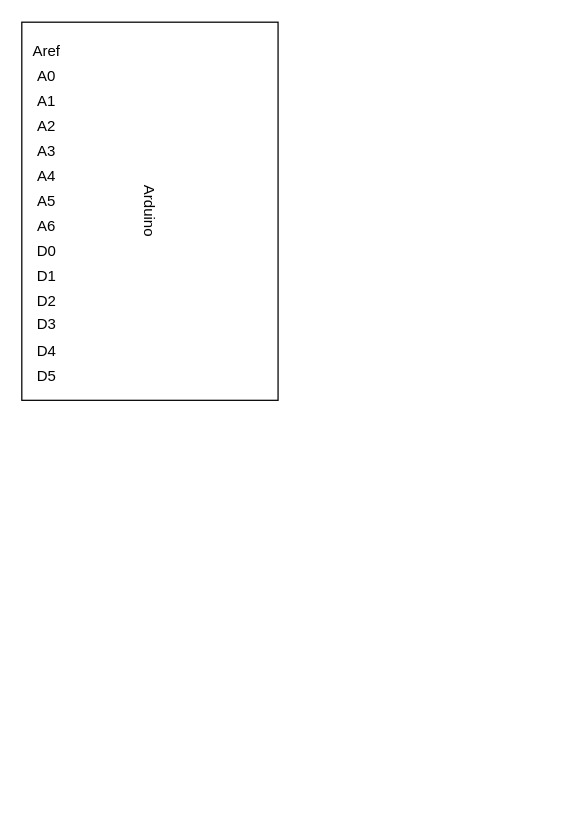
The draw.io diagram Diagrama sem nome.drawio in Gonram0s/pomodoro, before the edit. Source tidied: cells renumbered, new cells numbered last; positions are measured from the earlier drawing's top-left corner, leaving out a move shared by most shapes. Both pictures are drawn from the tidied source at 125%, with x=0, y=0 at pixel (-40, 45).
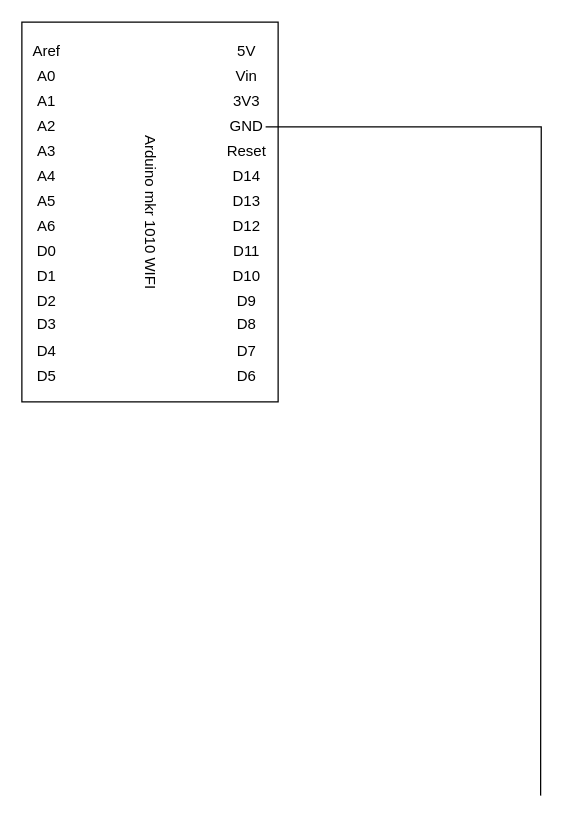
Above is the later version.

Change to the diagram source:
```diff
@@
-    <mxCell id="2" value="Arduino" style="rounded=0;whiteSpace=wrap;html=1;rotation=90;" parent="1" vertex="1">
-      <mxGeometry x="0.2" y="30" width="302.5" height="205" as="geometry" />
+    <mxCell id="2" value="Arduino mkr 1010 WIFI" style="rounded=0;whiteSpace=wrap;html=1;rotation=90;" parent="1" vertex="1">
+      <mxGeometry x="-0.4" y="30.6" width="303.8" height="205" as="geometry" />
     </mxCell>
@@
+    <mxCell id="17" value="5V" style="text;html=1;align=center;verticalAlign=middle;whiteSpace=wrap;rounded=0;" parent="1" vertex="1">
+      <mxGeometry x="214" width="30" height="10" as="geometry" />
+    </mxCell>
+    <mxCell id="18" value="Vin" style="text;html=1;align=center;verticalAlign=middle;whiteSpace=wrap;rounded=0;" parent="1" vertex="1">
+      <mxGeometry x="214" y="20" width="30" height="10" as="geometry" />
+    </mxCell>
+    <mxCell id="19" value="3V3" style="text;html=1;align=center;verticalAlign=middle;whiteSpace=wrap;rounded=0;" parent="1" vertex="1">
+      <mxGeometry x="214" y="40" width="30" height="10" as="geometry" />
+    </mxCell>
+    <mxCell id="20" style="edgeStyle=orthogonalEdgeStyle;rounded=0;jettySize=auto;html=1;exitX=1;exitY=0.5;exitDx=0;exitDy=0;strokeColor=default;align=center;verticalAlign=middle;fontFamily=Helvetica;fontSize=11;fontColor=default;labelBackgroundColor=default;endArrow=none;endFill=0;" parent="1" edge="1" source="21">
+      <mxGeometry relative="1" as="geometry">
+        <mxPoint x="464" y="600" as="targetPoint" />
+      </mxGeometry>
+    </mxCell>
+    <mxCell id="21" value="GND" style="text;html=1;align=center;verticalAlign=middle;whiteSpace=wrap;rounded=0;" parent="1" vertex="1">
+      <mxGeometry x="214" y="60" width="30" height="10" as="geometry" />
+    </mxCell>
+    <mxCell id="22" value="Reset" style="text;html=1;align=center;verticalAlign=middle;whiteSpace=wrap;rounded=0;" parent="1" vertex="1">
+      <mxGeometry x="214" y="80" width="30" height="10" as="geometry" />
+    </mxCell>
+    <mxCell id="23" value="D14" style="text;html=1;align=center;verticalAlign=middle;whiteSpace=wrap;rounded=0;" parent="1" vertex="1">
+      <mxGeometry x="214" y="100" width="30" height="10" as="geometry" />
+    </mxCell>
+    <mxCell id="24" value="D13" style="text;html=1;align=center;verticalAlign=middle;whiteSpace=wrap;rounded=0;" parent="1" vertex="1">
+      <mxGeometry x="214" y="120" width="30" height="10" as="geometry" />
+    </mxCell>
+    <mxCell id="25" value="D12" style="text;html=1;align=center;verticalAlign=middle;whiteSpace=wrap;rounded=0;" parent="1" vertex="1">
+      <mxGeometry x="214" y="140" width="30" height="10" as="geometry" />
+    </mxCell>
+    <mxCell id="26" value="D11" style="text;html=1;align=center;verticalAlign=middle;whiteSpace=wrap;rounded=0;" parent="1" vertex="1">
+      <mxGeometry x="214" y="160" width="30" height="10" as="geometry" />
+    </mxCell>
+    <mxCell id="27" value="D10" style="text;html=1;align=center;verticalAlign=middle;whiteSpace=wrap;rounded=0;" parent="1" vertex="1">
+      <mxGeometry x="214" y="180" width="30" height="10" as="geometry" />
+    </mxCell>
+    <mxCell id="28" value="D9" style="text;html=1;align=center;verticalAlign=middle;whiteSpace=wrap;rounded=0;" parent="1" vertex="1">
+      <mxGeometry x="214" y="200" width="30" height="10" as="geometry" />
+    </mxCell>
+    <mxCell id="29" value="D6" style="text;html=1;align=center;verticalAlign=middle;whiteSpace=wrap;rounded=0;" parent="1" vertex="1">
+      <mxGeometry x="214" y="260" width="30" height="10" as="geometry" />
+    </mxCell>
+    <mxCell id="30" value="D7" style="text;html=1;align=center;verticalAlign=middle;whiteSpace=wrap;rounded=0;" parent="1" vertex="1">
+      <mxGeometry x="214" y="240" width="30" height="10" as="geometry" />
+    </mxCell>
+    <mxCell id="31" value="D8" style="text;html=1;align=center;verticalAlign=middle;whiteSpace=wrap;rounded=0;" parent="1" vertex="1">
+      <mxGeometry x="214" y="217.5" width="30" height="10" as="geometry" />
+    </mxCell>
```
